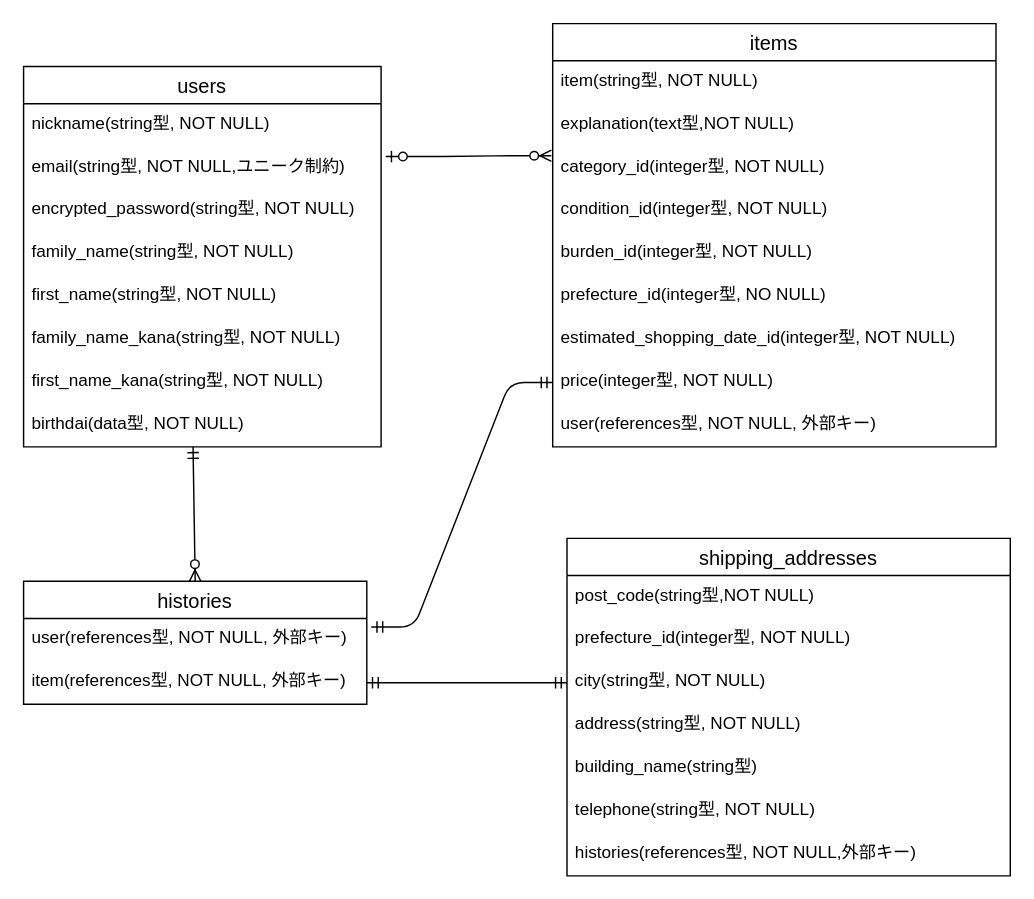
This is furima.dio from tukadai1226/furima-39945, a draw.io file, before an edit. Source tidied: cells renumbered, new cells numbered last; positions are measured from the earlier drawing's top-left corner, leaving out a move shared by most shapes. Both pictures are drawn from the tidied source at 143%, with x=0, y=0 at pixel (23, 23).
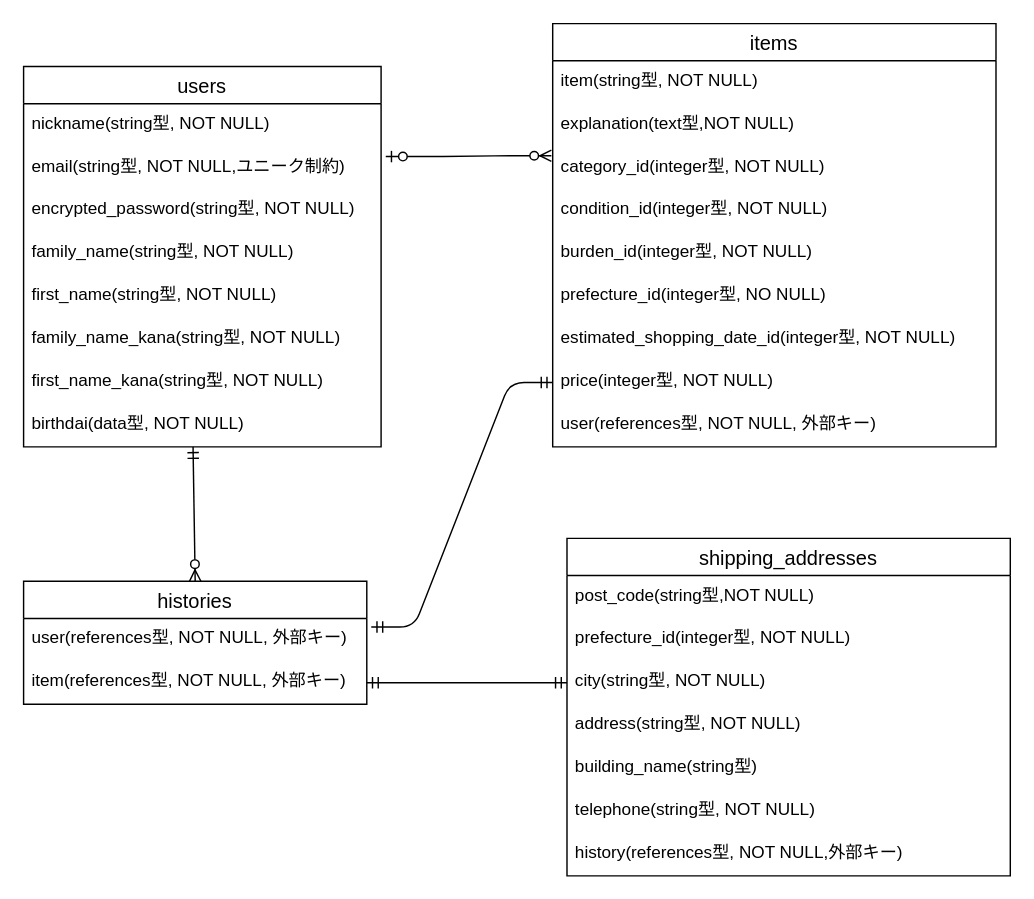
The same page after the edit.

The change refers to these unchanged cells:
```xml
<mxCell id="25" value="shipping_addresses" style="swimlane;fontStyle=0;horizontal=1;startSize=26;align=center;fontSize=14;" parent="1" vertex="1">
  <mxGeometry x="380" y="360" width="310" height="236" as="geometry" />
</mxCell>
```

Change to the diagram source:
```diff
@@
-    <mxCell id="32" value="histories(references型, NOT NULL,外部キー)" style="text;strokeColor=none;fillColor=none;spacingLeft=4;spacingRight=4;overflow=hidden;fontSize=12;" parent="25" vertex="1">
+    <mxCell id="32" value="history(references型, NOT NULL,外部キー)" style="text;strokeColor=none;fillColor=none;spacingLeft=4;spacingRight=4;overflow=hidden;fontSize=12;" parent="25" vertex="1">
       <mxGeometry y="206" width="310" height="30" as="geometry" />
     </mxCell>
```
